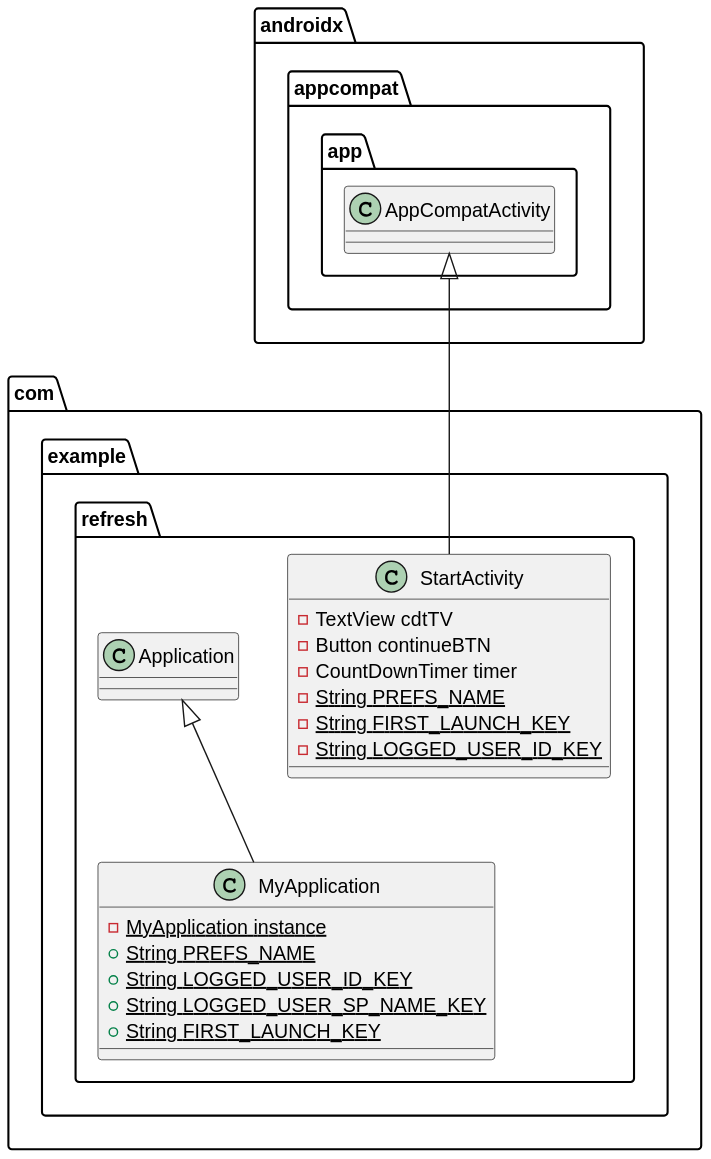
Lumini01/Refresh keeps this PlantUML diagram as Project UML/MainClassesUML.svg. Above is the earlier version. The source it was exported from:
```plantuml
@startuml
class com.example.refresh.StartActivity {
- TextView cdtTV
- Button continueBTN
- CountDownTimer timer
- {static} String PREFS_NAME
- {static} String FIRST_LAUNCH_KEY
- {static} String LOGGED_USER_ID_KEY
}

class com.example.refresh.MyApplication {
- {static} MyApplication instance
+ {static} String PREFS_NAME
+ {static} String LOGGED_USER_ID_KEY
+ {static} String LOGGED_USER_SP_NAME_KEY
+ {static} String FIRST_LAUNCH_KEY
}



androidx.appcompat.app.AppCompatActivity <|-- com.example.refresh.StartActivity
com.example.refresh.Application <|-- com.example.refresh.MyApplication
@enduml
```
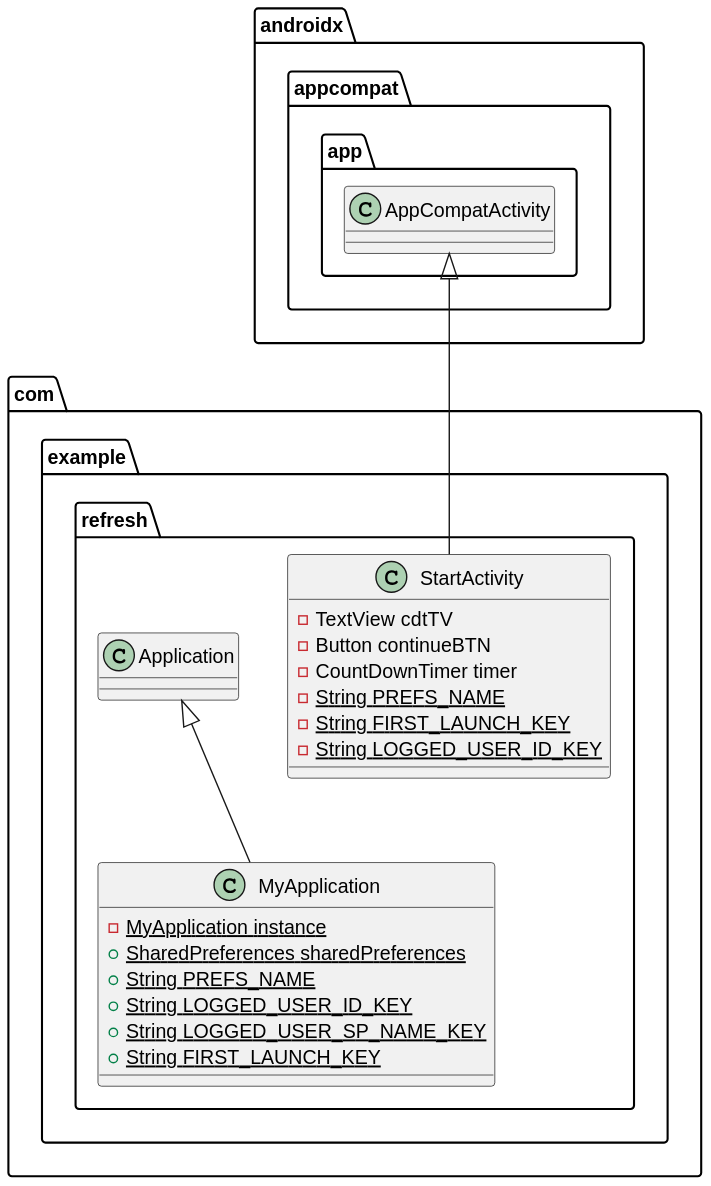
Later version of the same file.

What changed in the source:
```diff
@@ -10,6 +10,7 @@
 
 class com.example.refresh.MyApplication {
 - {static} MyApplication instance
++ {static} SharedPreferences sharedPreferences
 + {static} String PREFS_NAME
 + {static} String LOGGED_USER_ID_KEY
 + {static} String LOGGED_USER_SP_NAME_KEY
```
